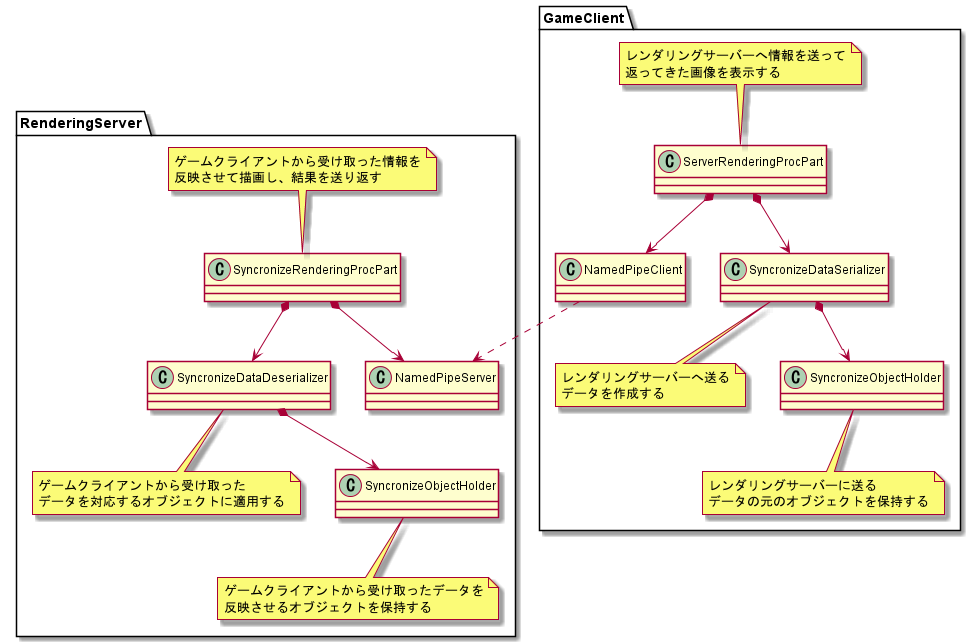
Before: Specs/uml/syncronize_data.png, a diagram exported from PlantUML (yobiya/unity-distributed-rendering).
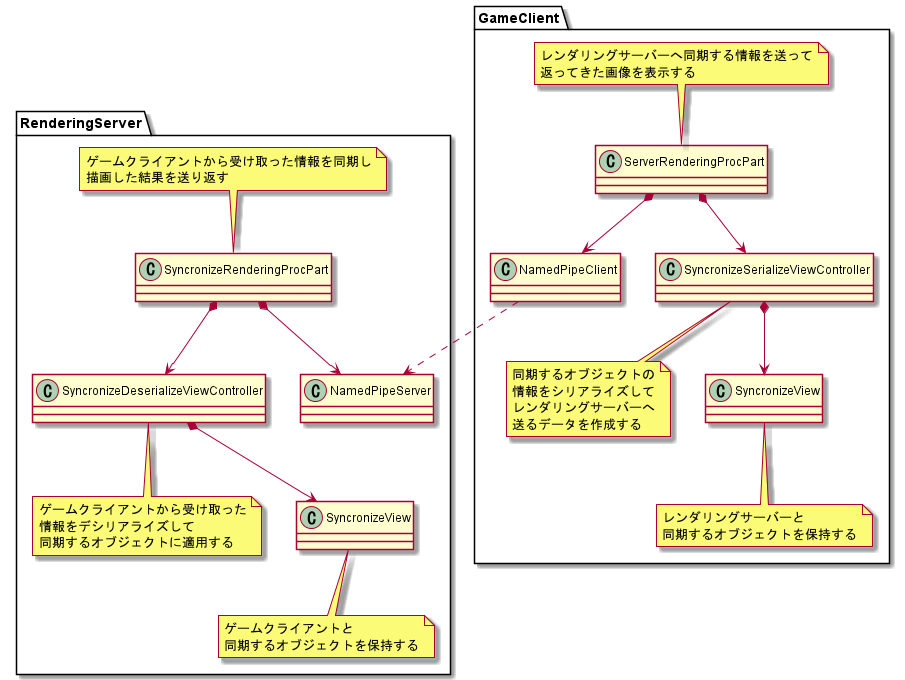
The same file after the commit.

Commit message:
設計がパターンに合っていなかったのでクラス名を修正

The edit, as a diff of the source:
```diff
@@ -4,27 +4,29 @@
 
 class ServerRenderingProcPart
 note top
-レンダリングサーバーへ情報を送って
+レンダリングサーバーへ同期する情報を送って
 返ってきた画像を表示する
 endnote
 
 class NamedPipeClient
 
-class SyncronizeDataSerializer
+class SyncronizeSerializeViewController
 note bottom
-レンダリングサーバーへ送る
-データを作成する
+同期するオブジェクトの
+情報をシリアライズして
+レンダリングサーバーへ
+送るデータを作成する
 endnote
 
-class SyncronizeObjectHolder
+class SyncronizeView
 note bottom
-レンダリングサーバーに送る
-データの元のオブジェクトを保持する
+レンダリングサーバーと
+同期するオブジェクトを保持する
 endnote
 
 ServerRenderingProcPart *--> NamedPipeClient
-ServerRenderingProcPart *--> SyncronizeDataSerializer
-SyncronizeDataSerializer *--> SyncronizeObjectHolder
+ServerRenderingProcPart *--> SyncronizeSerializeViewController
+SyncronizeSerializeViewController *--> SyncronizeView
 
 }
 
@@ -32,27 +34,28 @@
 
 class SyncronizeRenderingProcPart
 note top
-ゲームクライアントから受け取った情報を
-反映させて描画し、結果を送り返す
+ゲームクライアントから受け取った情報を同期し
+描画した結果を送り返す
 endnote
 
 class NamedPipeServer
 
-class SyncronizeDataDeserializer
+class SyncronizeDeserializeViewController
 note bottom
 ゲームクライアントから受け取った
-データを対応するオブジェクトに適用する
+情報をデシリアライズして
+同期するオブジェクトに適用する
 endnote
 
-class SyncronizeObjectHolder
+class SyncronizeView
 note bottom
-ゲームクライアントから受け取ったデータを
-反映させるオブジェクトを保持する
+ゲームクライアントと
+同期するオブジェクトを保持する
 endnote
 
 SyncronizeRenderingProcPart *--> NamedPipeServer
-SyncronizeRenderingProcPart *--> SyncronizeDataDeserializer
-SyncronizeDataDeserializer *--> SyncronizeObjectHolder
+SyncronizeRenderingProcPart *--> SyncronizeDeserializeViewController
+SyncronizeDeserializeViewController *--> SyncronizeView
 
 }
 
```
